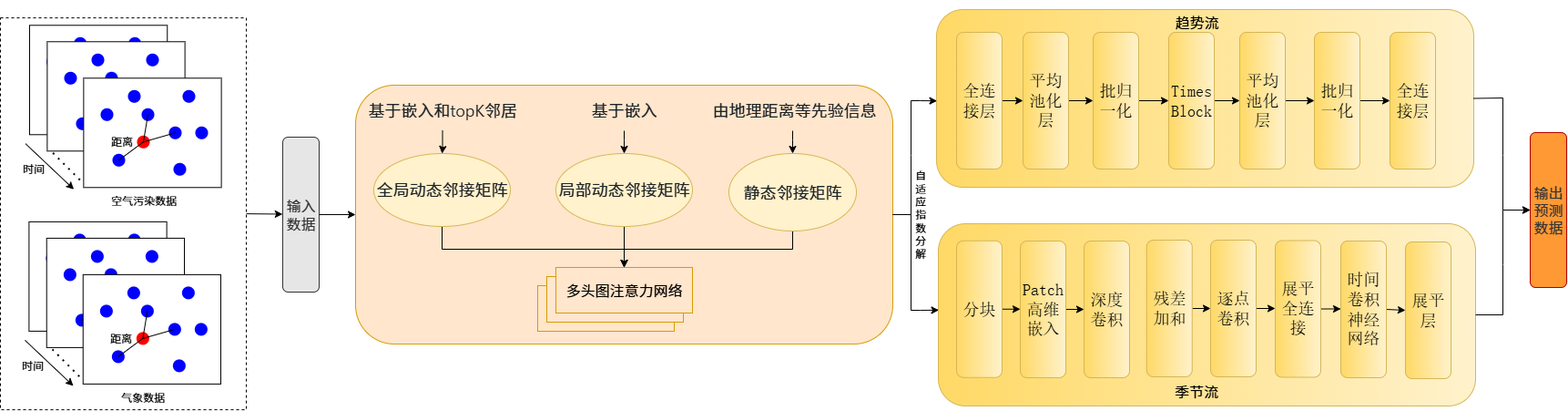
This is 1.drawio.png from rrrework/hello_webgis, a draw.io export, as it was before one commit. Source tidied: cells renumbered, new cells last; positions are measured from the earlier drawing's top-left corner, leaving out a move shared by most shapes.
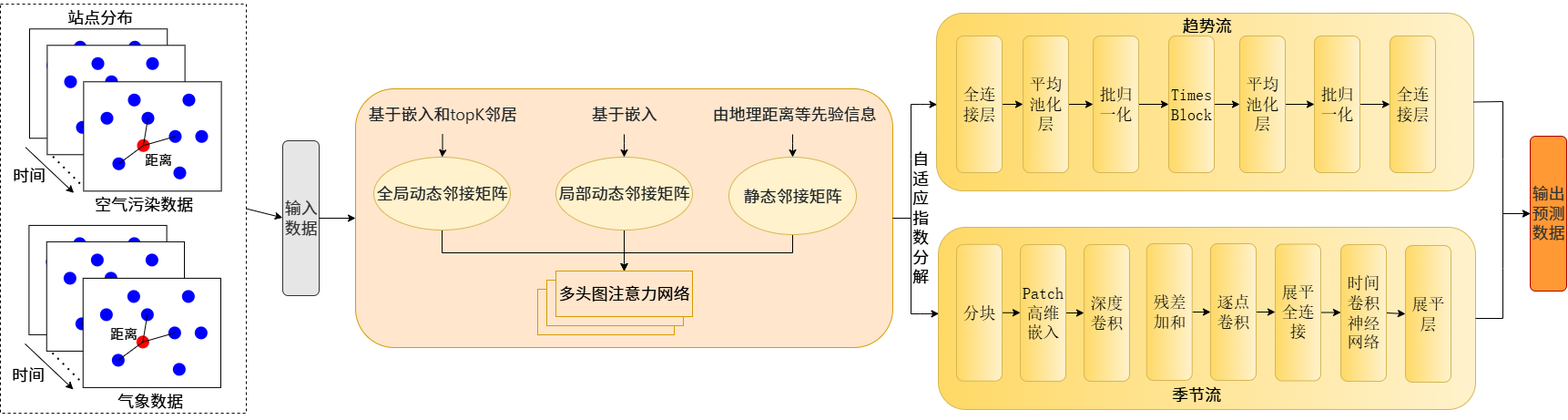
Later version of the same file.

Change to the diagram source:
```diff
@@ -3,7 +3,7 @@
     <mxCell id="0" />
     <mxCell id="1" parent="0" />
     <mxCell id="2" style="rounded=0;whiteSpace=wrap;html=1;fillColor=none;dashed=1;" parent="1" vertex="1">
-      <mxGeometry y="19.1" width="270" height="430" as="geometry" />
+      <mxGeometry width="270" height="449.1" as="geometry" />
     </mxCell>
     <mxCell id="3" style="rounded=0;whiteSpace=wrap;html=1;" parent="1" vertex="1">
       <mxGeometry x="32" y="27.3" width="151.2" height="120" as="geometry" />
@@ -140,14 +140,14 @@
         <mxPoint x="87.6" y="197.3" as="targetPoint" />
       </mxGeometry>
     </mxCell>
-    <mxCell id="44" value="时间" style="text;html=1;align=center;verticalAlign=middle;strokeColor=none;fillColor=none;" parent="1" vertex="1">
-      <mxGeometry x="10.6" y="170.3" width="50" height="30" as="geometry" />
+    <mxCell id="44" value="&lt;font style=&quot;font-size: 18px;&quot;&gt;时间&lt;/font&gt;" style="text;html=1;align=center;verticalAlign=middle;strokeColor=none;fillColor=none;" parent="1" vertex="1">
+      <mxGeometry x="0.6" y="168" width="60" height="40" as="geometry" />
     </mxCell>
-    <mxCell id="45" value="距离" style="text;html=1;align=center;verticalAlign=middle;strokeColor=none;fillColor=none;" parent="1" vertex="1">
-      <mxGeometry x="107.6" y="140.3" width="50" height="30" as="geometry" />
+    <mxCell id="45" value="&lt;font style=&quot;font-size: 15px;&quot;&gt;距离&lt;/font&gt;" style="text;html=1;align=center;verticalAlign=middle;strokeColor=none;fillColor=none;" parent="1" vertex="1">
+      <mxGeometry x="147.6" y="155.3" width="50" height="30" as="geometry" />
     </mxCell>
-    <mxCell id="46" value="空气污染数据" style="text;html=1;align=center;verticalAlign=middle;strokeColor=none;fillColor=none;" parent="1" vertex="1">
-      <mxGeometry x="107" y="205.3" width="100" height="30" as="geometry" />
+    <mxCell id="46" value="&lt;font style=&quot;font-size: 18px;&quot;&gt;空气污染数据&lt;/font&gt;" style="text;html=1;align=center;verticalAlign=middle;strokeColor=none;fillColor=none;" parent="1" vertex="1">
+      <mxGeometry x="92" y="200.3" width="130" height="40" as="geometry" />
     </mxCell>
     <mxCell id="47" style="rounded=0;whiteSpace=wrap;html=1;" parent="1" vertex="1">
       <mxGeometry x="31.4" y="242.9" width="151.2" height="120" as="geometry" />
@@ -284,16 +284,16 @@
         <mxPoint x="87" y="412.9" as="targetPoint" />
       </mxGeometry>
     </mxCell>
-    <mxCell id="88" value="时间" style="text;html=1;align=center;verticalAlign=middle;strokeColor=none;fillColor=none;" parent="1" vertex="1">
-      <mxGeometry x="10" y="385.9" width="50" height="30" as="geometry" />
+    <mxCell id="88" value="&lt;font style=&quot;font-size: 18px;&quot;&gt;时间&lt;/font&gt;" style="text;html=1;align=center;verticalAlign=middle;strokeColor=none;fillColor=none;" parent="1" vertex="1">
+      <mxGeometry y="386.9" width="60" height="40" as="geometry" />
     </mxCell>
-    <mxCell id="89" value="距离" style="text;html=1;align=center;verticalAlign=middle;strokeColor=none;fillColor=none;" parent="1" vertex="1">
-      <mxGeometry x="107" y="355.9" width="50" height="30" as="geometry" />
+    <mxCell id="89" value="&lt;font style=&quot;font-size: 15px;&quot;&gt;距离&lt;/font&gt;" style="text;html=1;align=center;verticalAlign=middle;strokeColor=none;fillColor=none;" parent="1" vertex="1">
+      <mxGeometry x="110" y="345.9" width="50" height="30" as="geometry" />
     </mxCell>
-    <mxCell id="90" value="气象数据" style="text;html=1;align=center;verticalAlign=middle;strokeColor=none;fillColor=none;" parent="1" vertex="1">
-      <mxGeometry x="121.4" y="420.9" width="70" height="30" as="geometry" />
+    <mxCell id="90" value="&lt;font style=&quot;font-size: 18px;&quot;&gt;气象数据&lt;/font&gt;" style="text;html=1;align=center;verticalAlign=middle;strokeColor=none;fillColor=none;" parent="1" vertex="1">
+      <mxGeometry x="114.4" y="415.9" width="100" height="40" as="geometry" />
     </mxCell>
-    <mxCell id="91" value="&lt;font style=&quot;font-size: 16px;&quot;&gt;输入数据&lt;/font&gt;" style="rounded=1;whiteSpace=wrap;html=1;fillColor=#E6E6E6;fontColor=#333333;strokeColor=#333333;direction=south;" parent="1" vertex="1">
+    <mxCell id="91" value="&lt;font style=&quot;font-size: 18px;&quot;&gt;输入数据&lt;/font&gt;" style="rounded=1;whiteSpace=wrap;html=1;fillColor=#E6E6E6;fontColor=#333333;strokeColor=#333333;direction=south;" parent="1" vertex="1">
       <mxGeometry x="310" y="150" width="40" height="170" as="geometry" />
     </mxCell>
     <mxCell id="92" value="&#10;&lt;span style=&quot;color: rgb(31, 35, 40); font-family: -apple-system, BlinkMacSystemFont, &amp;quot;Segoe UI&amp;quot;, &amp;quot;Noto Sans&amp;quot;, Helvetica, Arial, sans-serif, &amp;quot;Apple Color Emoji&amp;quot;, &amp;quot;Segoe UI Emoji&amp;quot;; font-size: 16px; font-style: normal; font-variant-ligatures: normal; font-variant-caps: normal; font-weight: 400; letter-spacing: normal; orphans: 2; text-align: left; text-indent: 0px; text-transform: none; widows: 2; word-spacing: 0px; -webkit-text-stroke-width: 0px; white-space: normal; background-color: rgb(255, 255, 255); text-decoration-thickness: initial; text-decoration-style: initial; text-decoration-color: initial; display: inline !important; float: none;&quot;&gt;基于嵌入&lt;/span&gt;&#10;&#10;" style="rounded=1;whiteSpace=wrap;html=1;fillColor=#ffe6cc;strokeColor=#d79b00;" parent="1" vertex="1">
@@ -361,7 +361,7 @@
     <mxCell id="106" style="rounded=0;whiteSpace=wrap;html=1;shadow=0;fillColor=#ffe6cc;strokeColor=#d79b00;" parent="1" vertex="1">
       <mxGeometry x="600" y="303" width="150" height="50" as="geometry" />
     </mxCell>
-    <mxCell id="107" value="&lt;font style=&quot;font-size: 16px;&quot;&gt;多头图注意力网络&lt;/font&gt;" style="rounded=0;whiteSpace=wrap;html=1;fillColor=#ffe6cc;strokeColor=#d79b00;" parent="1" vertex="1">
+    <mxCell id="107" value="&lt;font style=&quot;font-size: 18px;&quot;&gt;多头图注意力网络&lt;/font&gt;" style="rounded=0;whiteSpace=wrap;html=1;fillColor=#ffe6cc;strokeColor=#d79b00;" parent="1" vertex="1">
       <mxGeometry x="610" y="293" width="150" height="50" as="geometry" />
     </mxCell>
     <mxCell id="108" style="rounded=1;whiteSpace=wrap;html=1;fillColor=#fff2cc;gradientColor=#ffd966;strokeColor=#d6b656;direction=south;" parent="1" vertex="1">
@@ -416,8 +416,8 @@
     <mxCell id="123" style="rounded=1;whiteSpace=wrap;html=1;fillColor=#fff2cc;gradientColor=#ffd966;strokeColor=#d6b656;direction=south;" parent="1" vertex="1">
       <mxGeometry x="1028" y="10" width="590" height="195" as="geometry" />
     </mxCell>
-    <mxCell id="124" value="&lt;font style=&quot;font-size: 16px;&quot;&gt;趋势流&lt;/font&gt;" style="text;html=1;align=center;verticalAlign=middle;whiteSpace=wrap;rounded=0;direction=west;" parent="1" vertex="1">
-      <mxGeometry x="1288.5" width="50" height="48.6" as="geometry" />
+    <mxCell id="124" value="&lt;font style=&quot;font-size: 18px;&quot;&gt;趋势流&lt;/font&gt;" style="text;html=1;align=center;verticalAlign=middle;whiteSpace=wrap;rounded=0;direction=west;" parent="1" vertex="1">
+      <mxGeometry x="1288.5" width="71.5" height="48.6" as="geometry" />
     </mxCell>
     <mxCell id="125" style="edgeStyle=orthogonalEdgeStyle;rounded=0;jettySize=auto;html=1;exitX=0.5;exitY=0;exitDx=0;exitDy=0;entryX=0.5;entryY=1;entryDx=0;entryDy=0;" parent="1" edge="1" source="126" target="128">
       <mxGeometry relative="1" as="geometry" />
@@ -458,7 +458,7 @@
     <mxCell id="137" value="&lt;font face=&quot;宋体&quot;&gt;批归一化&lt;/font&gt;" style="rounded=1;whiteSpace=wrap;html=1;fillColor=#fff2cc;strokeColor=#d6b656;gradientColor=#ffd966;fontSize=18;direction=south;" parent="1" vertex="1">
       <mxGeometry x="1443" y="35" width="50" height="150" as="geometry" />
     </mxCell>
-    <mxCell id="138" value="&lt;span style=&quot;font-size: 16px;&quot;&gt;季节流&lt;/span&gt;" style="text;html=1;align=center;verticalAlign=middle;whiteSpace=wrap;rounded=0;direction=west;" parent="1" vertex="1">
+    <mxCell id="138" value="&lt;font style=&quot;font-size: 18px;&quot;&gt;季节流&lt;/font&gt;" style="text;html=1;align=center;verticalAlign=middle;whiteSpace=wrap;rounded=0;direction=west;strokeWidth=18;" parent="1" vertex="1">
       <mxGeometry x="1216" y="413.5" width="195" height="30" as="geometry" />
     </mxCell>
     <mxCell id="139" style="endArrow=classic;html=1;rounded=0;exitX=1;exitY=0.5;exitDx=0;exitDy=0;entryX=0.514;entryY=0.999;entryDx=0;entryDy=0;entryPerimeter=0;" parent="1" edge="1" source="92" target="123">
@@ -480,8 +480,8 @@
         </Array>
       </mxGeometry>
     </mxCell>
-    <mxCell id="141" value="自&lt;div&gt;适&lt;/div&gt;&lt;div&gt;应&lt;/div&gt;&lt;div&gt;指&lt;/div&gt;&lt;div&gt;数&lt;/div&gt;&lt;div&gt;分&lt;/div&gt;&lt;div&gt;解&lt;/div&gt;" style="text;html=1;align=center;verticalAlign=middle;strokeColor=none;fillColor=none;" parent="1" vertex="1">
-      <mxGeometry x="990" y="180" width="40" height="110" as="geometry" />
+    <mxCell id="141" value="&lt;font style=&quot;font-size: 18px;&quot;&gt;自&lt;/font&gt;&lt;div&gt;&lt;font style=&quot;font-size: 18px;&quot;&gt;适&lt;/font&gt;&lt;/div&gt;&lt;div&gt;&lt;font style=&quot;font-size: 18px;&quot;&gt;应&lt;/font&gt;&lt;/div&gt;&lt;div&gt;&lt;font style=&quot;font-size: 18px;&quot;&gt;指&lt;/font&gt;&lt;/div&gt;&lt;div&gt;&lt;font style=&quot;font-size: 18px;&quot;&gt;数&lt;/font&gt;&lt;/div&gt;&lt;div&gt;&lt;font style=&quot;font-size: 18px;&quot;&gt;分&lt;/font&gt;&lt;/div&gt;&lt;div&gt;&lt;font style=&quot;font-size: 18px;&quot;&gt;解&lt;/font&gt;&lt;/div&gt;" style="text;html=1;align=center;verticalAlign=middle;strokeColor=none;fillColor=none;" parent="1" vertex="1">
+      <mxGeometry x="990" y="155" width="40" height="160" as="geometry" />
     </mxCell>
     <mxCell id="142" style="endArrow=classic;html=1;rounded=0;exitX=0.5;exitY=0;exitDx=0;exitDy=0;entryX=0;entryY=0.5;entryDx=0;entryDy=0;" parent="1" edge="1" source="91" target="92">
       <mxGeometry relative="1" as="geometry" />
@@ -504,11 +504,14 @@
         </Array>
       </mxGeometry>
     </mxCell>
-    <mxCell id="145" value="&lt;font style=&quot;font-size: 16px; color: rgb(51, 51, 51);&quot;&gt;输出预测数据&lt;/font&gt;" style="rounded=1;whiteSpace=wrap;html=1;fillColor=#FF9933;fontColor=#ffffff;strokeColor=#B20000;direction=south;" parent="1" vertex="1">
+    <mxCell id="145" value="&lt;font style=&quot;color: rgb(51, 51, 51); font-size: 18px;&quot;&gt;输出预测数据&lt;/font&gt;" style="rounded=1;whiteSpace=wrap;html=1;fillColor=#FF9933;fontColor=#ffffff;strokeColor=#B20000;direction=south;" parent="1" vertex="1">
       <mxGeometry x="1680" y="145" width="40" height="170" as="geometry" />
     </mxCell>
     <mxCell id="146" style="endArrow=classic;html=1;rounded=0;exitX=1;exitY=0.5;exitDx=0;exitDy=0;entryX=0.497;entryY=1.005;entryDx=0;entryDy=0;entryPerimeter=0;" parent="1" edge="1" source="2" target="91">
       <mxGeometry relative="1" as="geometry" />
     </mxCell>
+    <mxCell id="147" value="&lt;font style=&quot;font-size: 18px;&quot;&gt;站点分布&lt;/font&gt;" style="text;html=1;align=center;verticalAlign=middle;strokeColor=none;fillColor=none;" parent="1" vertex="1">
+      <mxGeometry x="58.7" y="-4.7" width="100" height="40" as="geometry" />
+    </mxCell>
   </root>
 </mxGraphModel>
```
